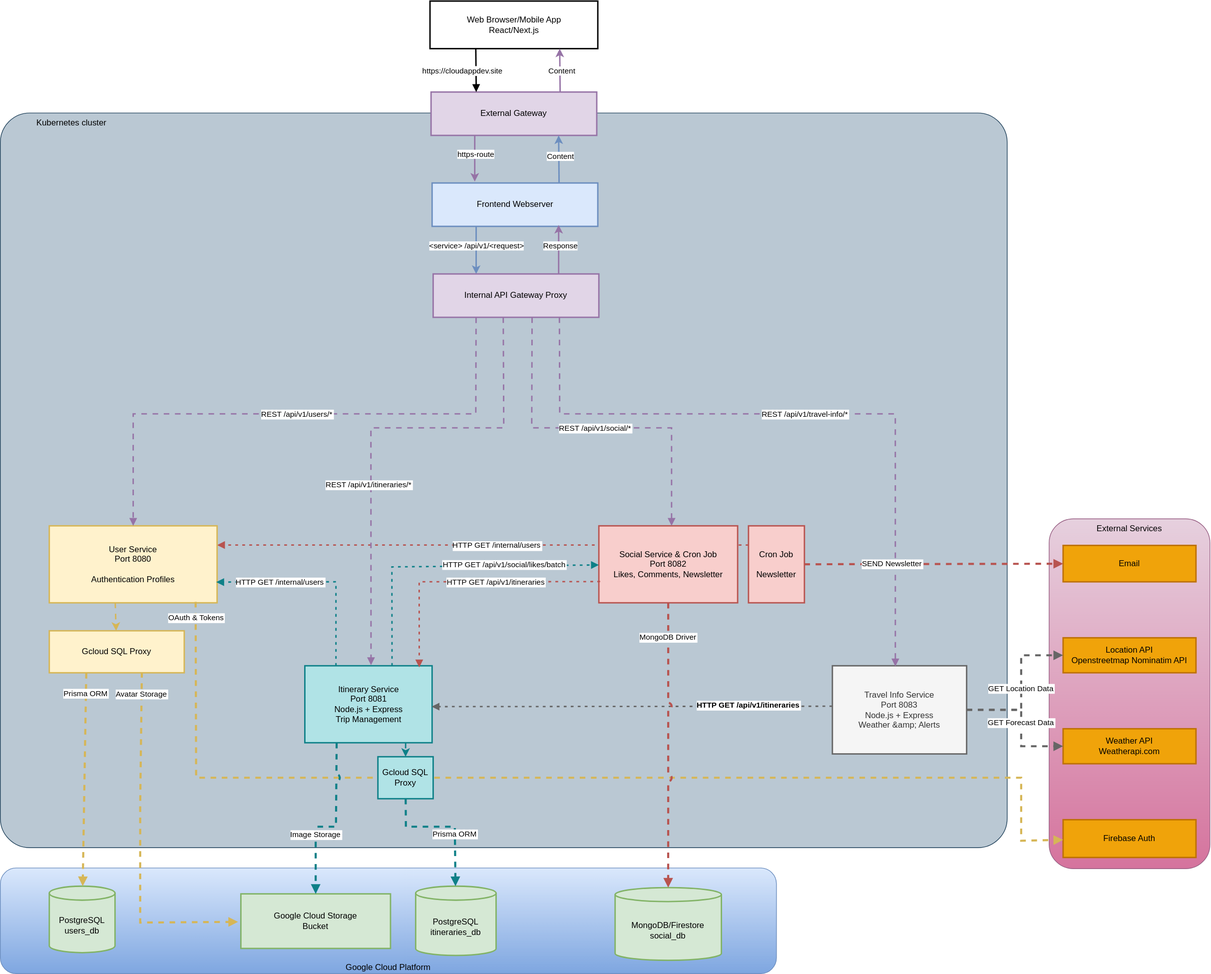
Above: docs/Micro-Architektur.drawio.svg in CloudAppDevProject/CloudAppDev (draw.io), before the change. Source tidied: cells renumbered, new cells last; positions are measured from the earlier drawing's top-left corner, leaving out a move shared by most shapes.
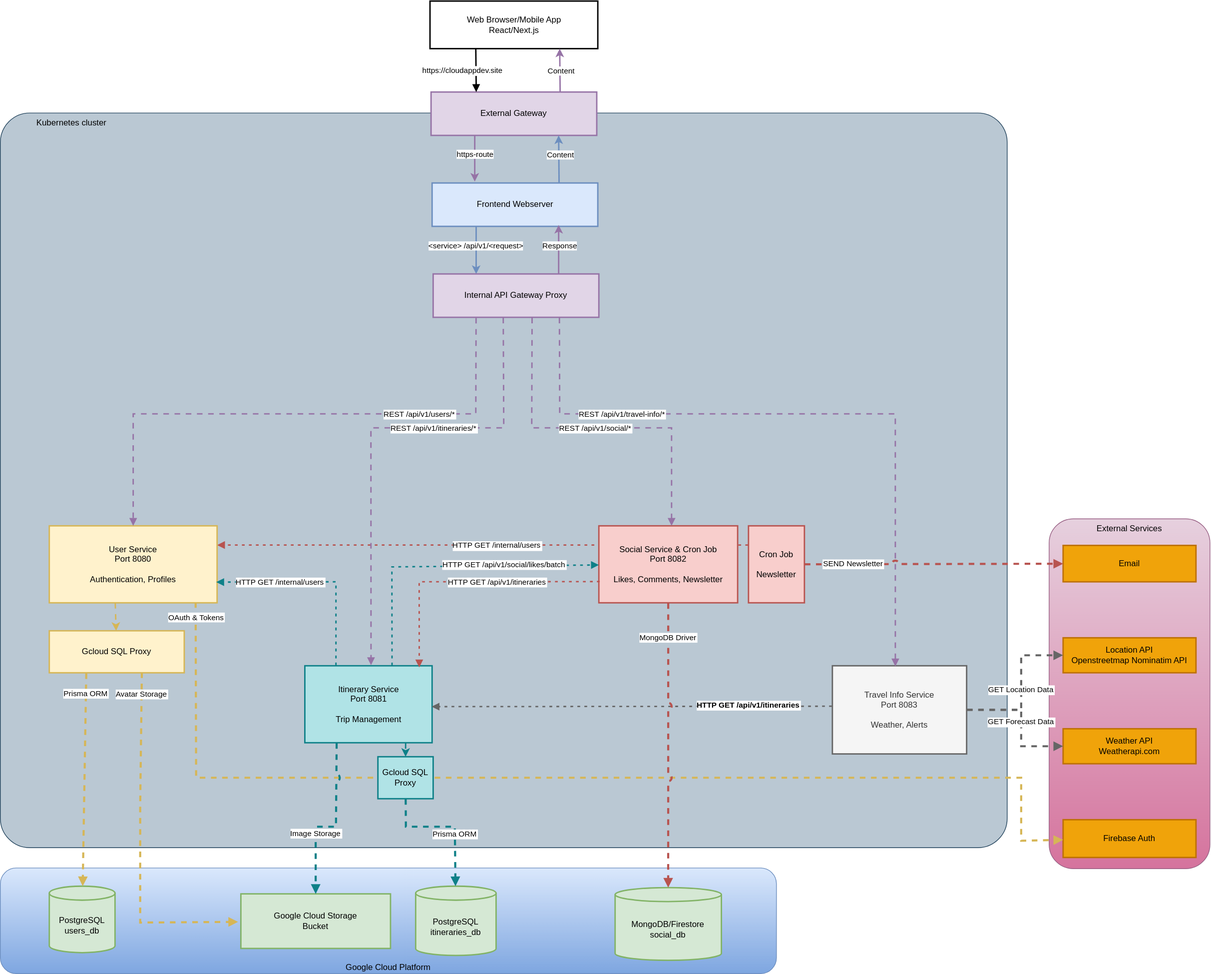
After the change.

Commit message:
Implement feature X to enhance user experience and optimize performance

The edit, as a diff of the source:
```diff
@@ -45,19 +45,19 @@
     <mxCell id="12" style="edgeStyle=none;html=1;exitX=0.393;exitY=0.997;exitDx=0;exitDy=0;exitPerimeter=0;fillColor=#fff2cc;strokeColor=#d6b656;strokeWidth=2;flowAnimation=1;" parent="1" edge="1" source="13" target="54">
       <mxGeometry relative="1" as="geometry" />
     </mxCell>
-    <mxCell id="13" value="User Service&#10;Port 8080&#10;&#10;Authentication Profiles" style="whiteSpace=wrap;strokeWidth=2;fillColor=#fff2cc;strokeColor=#d6b656;" parent="1" vertex="1">
+    <mxCell id="13" value="User Service&#10;Port 8080&#10;&#10;Authentication, Profiles" style="whiteSpace=wrap;strokeWidth=2;fillColor=#fff2cc;strokeColor=#d6b656;" parent="1" vertex="1">
       <mxGeometry x="70" y="750" width="240" height="110" as="geometry" />
     </mxCell>
     <mxCell id="14" style="edgeStyle=none;html=1;fillColor=#b0e3e6;strokeColor=#0e8088;strokeWidth=2;flowAnimation=1;exitX=0.792;exitY=1;exitDx=0;exitDy=0;exitPerimeter=0;" parent="1" edge="1" source="15" target="53">
       <mxGeometry relative="1" as="geometry" />
     </mxCell>
-    <mxCell id="15" value="Itinerary Service&#10;Port 8081&#10;Node.js + Express&#10;Trip Management" style="whiteSpace=wrap;strokeWidth=2;fillColor=#b0e3e6;strokeColor=#0e8088;" parent="1" vertex="1">
+    <mxCell id="15" value="Itinerary Service&#10;Port 8081&#10;&#10;Trip Management" style="whiteSpace=wrap;strokeWidth=2;fillColor=#b0e3e6;strokeColor=#0e8088;" parent="1" vertex="1">
       <mxGeometry x="435.5" y="950" width="182" height="110" as="geometry" />
     </mxCell>
-    <mxCell id="16" value="Travel Info Service&#10;Port 8083&#10;Node.js + Express&#10;Weather &amp;amp; Alerts" style="whiteSpace=wrap;strokeWidth=2;fillColor=#f5f5f5;strokeColor=#666666;fontColor=#333333;" parent="1" vertex="1">
+    <mxCell id="16" value="Travel Info Service&#10;Port 8083&#10;&#10;Weather, Alerts" style="whiteSpace=wrap;strokeWidth=2;fillColor=#f5f5f5;strokeColor=#666666;fontColor=#333333;" parent="1" vertex="1">
       <mxGeometry x="1190" y="950" width="192" height="126" as="geometry" />
     </mxCell>
-    <mxCell id="17" value="Social Service &amp; Cron Job&#10;Port 8082&#10;Likes, Comments, Newsletter" style="whiteSpace=wrap;strokeWidth=2;fillColor=#f8cecc;strokeColor=#b85450;" parent="1" vertex="1">
+    <mxCell id="17" value="Social Service &amp; Cron Job&#10;Port 8082&#10;&#10;Likes, Comments, Newsletter" style="whiteSpace=wrap;strokeWidth=2;fillColor=#f8cecc;strokeColor=#b85450;" parent="1" vertex="1">
       <mxGeometry x="856" y="750" width="198.5" height="110" as="geometry" />
     </mxCell>
     <mxCell id="18" value="PostgreSQL&#10;users_db" style="shape=cylinder3;boundedLbl=1;backgroundOutline=1;size=10;strokeWidth=2;whiteSpace=wrap;fillColor=#d5e8d4;strokeColor=#82b366;" parent="1" vertex="1">
@@ -88,7 +88,7 @@
       </mxGeometry>
     </mxCell>
     <mxCell id="26" value="REST /api/v1/users/*" style="curved=0;startArrow=none;endArrow=block;rounded=0;verticalAlign=middle;labelPosition=center;verticalLabelPosition=middle;align=center;exitX=0.259;exitY=1.005;exitDx=0;exitDy=0;exitPerimeter=0;fillColor=#e1d5e7;strokeColor=#9673a6;strokeWidth=2;flowAnimation=1;" parent="1" edge="1" source="51" target="13">
-      <mxGeometry relative="1" as="geometry">
+      <mxGeometry x="-0.45" relative="1" as="geometry">
         <Array as="points">
           <mxPoint x="680" y="590" />
           <mxPoint x="190" y="590" />
@@ -96,7 +96,7 @@
       </mxGeometry>
     </mxCell>
     <mxCell id="27" value="REST /api/v1/itineraries/*" style="curved=0;startArrow=none;endArrow=block;exitX=0.25;exitY=1;rounded=0;exitDx=0;exitDy=0;entryX=0.52;entryY=-0.008;entryDx=0;entryDy=0;entryPerimeter=0;fillColor=#e1d5e7;strokeColor=#9673a6;startFill=0;strokeWidth=2;flowAnimation=1;" parent="1" edge="1" target="15">
-      <mxGeometry x="0.25" y="-3" relative="1" as="geometry">
+      <mxGeometry x="-0.25" relative="1" as="geometry">
         <mxPoint x="719.2" y="452" as="sourcePoint" />
         <Array as="points">
           <mxPoint x="720" y="610" />
@@ -116,7 +116,7 @@
       </mxGeometry>
     </mxCell>
     <mxCell id="29" value="REST /api/v1/travel-info/*" style="curved=0;startArrow=none;endArrow=block;rounded=0;exitX=0.762;exitY=1.001;exitDx=0;exitDy=0;exitPerimeter=0;entryX=0.469;entryY=0.007;entryDx=0;entryDy=0;entryPerimeter=0;jumpStyle=arc;fillColor=#e1d5e7;strokeColor=#9673a6;strokeWidth=2;flowAnimation=1;" parent="1" edge="1" source="51" target="16">
-      <mxGeometry relative="1" as="geometry">
+      <mxGeometry x="-0.53" relative="1" as="geometry">
         <Array as="points">
           <mxPoint x="800" y="590" />
           <mxPoint x="1280" y="590" />
@@ -196,8 +196,8 @@
       </mxGeometry>
     </mxCell>
     <mxCell id="40" value="SEND Newsletter" style="curved=0;startArrow=none;endArrow=block;rounded=0;jumpStyle=arc;flowAnimation=1;fillColor=#f8cecc;strokeColor=#b85450;strokeWidth=3;" parent="1" edge="1" source="52" target="24">
-      <mxGeometry x="-0.33" y="1" relative="1" as="geometry">
-        <mxPoint x="1" as="offset" />
+      <mxGeometry x="-0.62" y="1" relative="1" as="geometry">
+        <mxPoint x="-1" as="offset" />
       </mxGeometry>
     </mxCell>
     <mxCell id="41" value="GET Forecast Data" style="curved=0;startArrow=none;endArrow=block;rounded=0;flowAnimation=1;fillColor=#f5f5f5;strokeColor=#666666;strokeWidth=3;" parent="1" edge="1" source="16" target="23">
```
